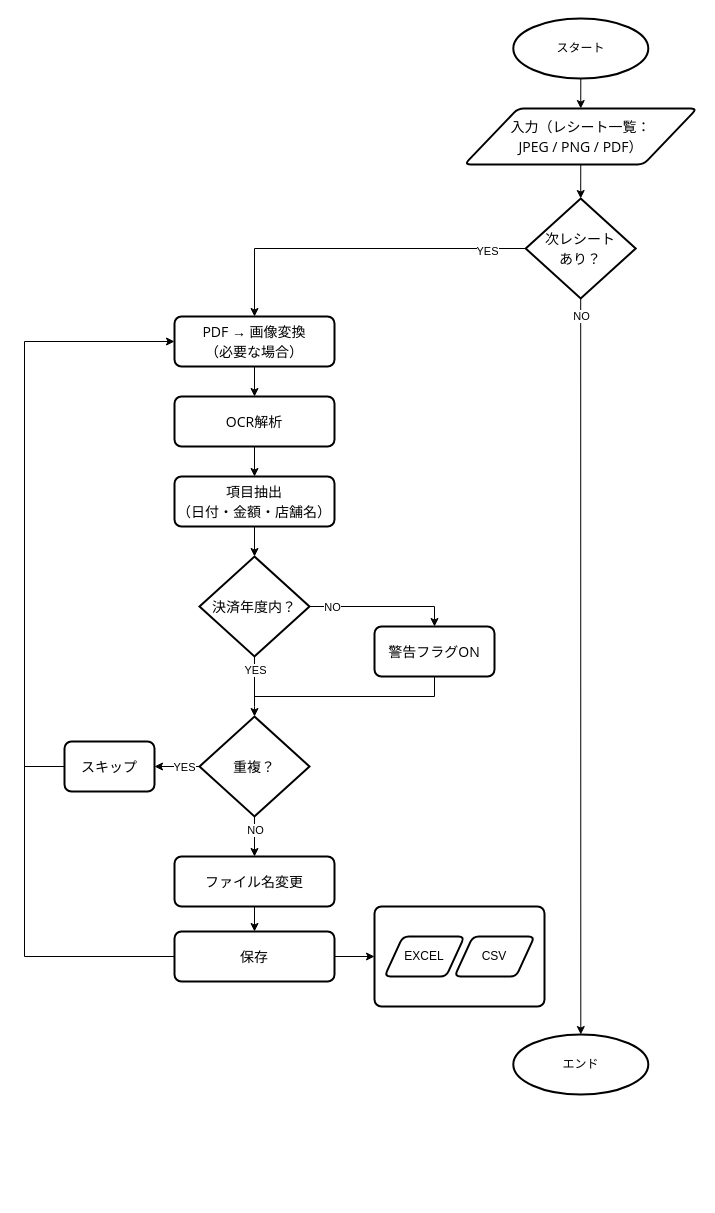
Before: 参照資料/Receipt2Excel.drawio in SageGarrett/reciept2excel, a draw.io diagram. Source tidied: cells renumbered, new cells numbered last; positions are measured from the earlier drawing's top-left corner, leaving out a move shared by most shapes. Both pictures are drawn from the tidied source at 100%, with x=0, y=0 at pixel (24, 18).
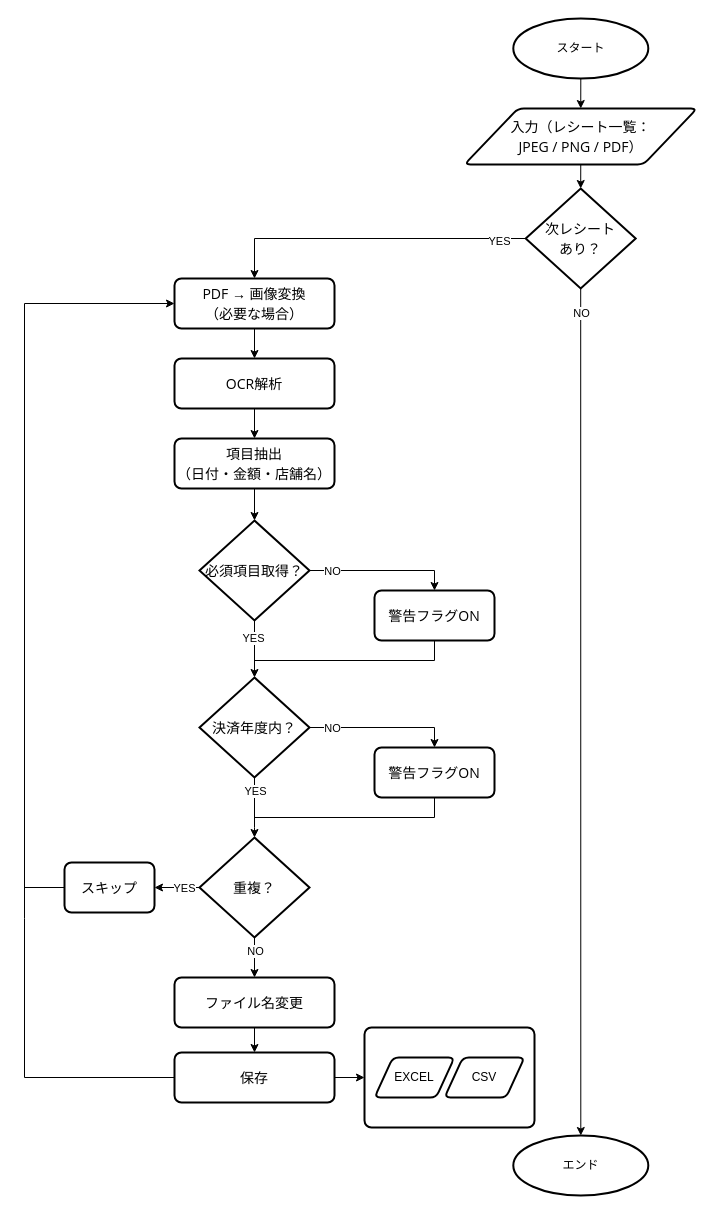
Above is the later version.

Commit message (it also covers changes not shown here):
Add receipt processing function structure

What changed in the source:
```diff
@@
     <mxCell id="4" style="edgeStyle=none;rounded=0;jettySize=auto;html=1;entryX=0.5;entryY=0;entryDx=0;entryDy=0;exitX=0;exitY=0.5;exitDx=0;exitDy=0;exitPerimeter=0;" parent="1" edge="1" source="37" target="7">
       <mxGeometry relative="1" as="geometry">
         <Array as="points">
-          <mxPoint x="230" y="230" />
+          <mxPoint x="230" y="220" />
         </Array>
       </mxGeometry>
     </mxCell>
@@
     <mxCell id="7" value="&lt;div style=&quot;font-family: &amp;quot;Segoe UI&amp;quot;; font-size: 14px; line-height: 20px;&quot;&gt;PDF → 画像変換&lt;/div&gt;&lt;div style=&quot;font-family: &amp;quot;Segoe UI&amp;quot;; font-size: 14px; line-height: 20px;&quot;&gt;（必要な場合）&lt;/div&gt;" style="rounded=1;whiteSpace=wrap;html=1;absoluteArcSize=1;arcSize=14;strokeWidth=2;align=center;" parent="1" vertex="1">
-      <mxGeometry x="150" y="298" width="160" height="50" as="geometry" />
+      <mxGeometry x="150" y="260" width="160" height="50" as="geometry" />
     </mxCell>
@@
     <mxCell id="9" value="&lt;div style=&quot;font-family: &amp;quot;Segoe UI&amp;quot;; font-size: 14px; line-height: 20px;&quot;&gt;&lt;div style=&quot;text-align: start; line-height: 20px;&quot;&gt;OCR解析&lt;/div&gt;&lt;/div&gt;" style="rounded=1;whiteSpace=wrap;html=1;absoluteArcSize=1;arcSize=14;strokeWidth=2;align=center;direction=west;" parent="1" vertex="1">
-      <mxGeometry x="150" y="378" width="160" height="50" as="geometry" />
+      <mxGeometry x="150" y="340" width="160" height="50" as="geometry" />
     </mxCell>
@@
     <mxCell id="11" value="&lt;div style=&quot;font-family: &amp;quot;Segoe UI&amp;quot;; font-size: 14px; line-height: 20px;&quot;&gt;&lt;div style=&quot;line-height: 20px;&quot;&gt;&lt;div style=&quot;line-height: 20px;&quot;&gt;項目抽出&lt;/div&gt;&lt;div style=&quot;line-height: 20px;&quot;&gt;（日付・金額・店舗名）&lt;/div&gt;&lt;/div&gt;&lt;/div&gt;" style="rounded=1;whiteSpace=wrap;html=1;absoluteArcSize=1;arcSize=14;strokeWidth=2;align=center;direction=west;" parent="1" vertex="1">
-      <mxGeometry x="150" y="458" width="160" height="50" as="geometry" />
+      <mxGeometry x="150" y="420" width="160" height="50" as="geometry" />
     </mxCell>
     <mxCell id="12" style="edgeStyle=none;rounded=0;jettySize=auto;html=1;exitX=1;exitY=0.5;exitDx=0;exitDy=0;exitPerimeter=0;entryX=0.5;entryY=1;entryDx=0;entryDy=0;" parent="1" edge="1" source="16" target="19">
       <mxGeometry relative="1" as="geometry">
         <Array as="points">
-          <mxPoint x="410" y="588" />
+          <mxPoint x="410" y="709" />
         </Array>
       </mxGeometry>
     </mxCell>
@@
     <mxCell id="14" style="edgeStyle=none;rounded=0;jettySize=auto;html=1;exitX=0.5;exitY=1;exitDx=0;exitDy=0;exitPerimeter=0;entryX=0.5;entryY=0;entryDx=0;entryDy=0;entryPerimeter=0;" parent="1" edge="1" source="16" target="22">
       <mxGeometry relative="1" as="geometry">
         <Array as="points">
-          <mxPoint x="230" y="688" />
+          <mxPoint x="230" y="809" />
         </Array>
       </mxGeometry>
     </mxCell>
@@
     <mxCell id="16" value="&lt;div style=&quot;text-align: start; font-family: &amp;quot;Segoe UI&amp;quot;; font-size: 14px; line-height: 20px;&quot;&gt;決済年度内？&lt;/div&gt;" style="strokeWidth=2;html=1;shape=mxgraph.flowchart.decision;whiteSpace=wrap;" parent="1" vertex="1">
-      <mxGeometry x="175" y="538" width="110" height="100" as="geometry" />
+      <mxGeometry x="175" y="659" width="110" height="100" as="geometry" />
     </mxCell>
-    <mxCell id="17" style="edgeStyle=none;rounded=0;jettySize=auto;html=1;exitX=0.5;exitY=0;exitDx=0;exitDy=0;entryX=0.5;entryY=0;entryDx=0;entryDy=0;entryPerimeter=0;" parent="1" edge="1" source="11" target="16">
-      <mxGeometry relative="1" as="geometry" />
-    </mxCell>
     <mxCell id="18" style="edgeStyle=none;rounded=0;jettySize=auto;html=1;exitX=0.5;exitY=0;exitDx=0;exitDy=0;startArrow=none;startFill=0;endArrow=none;endFill=0;" parent="1" edge="1" source="19">
       <mxGeometry relative="1" as="geometry">
-        <mxPoint x="230" y="678" as="targetPoint" />
+        <mxPoint x="230" y="799" as="targetPoint" />
         <Array as="points">
-          <mxPoint x="410" y="678" />
+          <mxPoint x="410" y="799" />
         </Array>
       </mxGeometry>
     </mxCell>
     <mxCell id="19" value="&lt;div style=&quot;font-family: &amp;quot;Segoe UI&amp;quot;; font-size: 14px; line-height: 20px;&quot;&gt;&lt;div style=&quot;line-height: 20px;&quot;&gt;&lt;div style=&quot;line-height: 20px;&quot;&gt;警告フラグON&lt;/div&gt;&lt;/div&gt;&lt;/div&gt;" style="rounded=1;whiteSpace=wrap;html=1;absoluteArcSize=1;arcSize=14;strokeWidth=2;align=center;direction=west;" parent="1" vertex="1">
-      <mxGeometry x="350" y="608" width="120" height="50" as="geometry" />
+      <mxGeometry x="350" y="729" width="120" height="50" as="geometry" />
     </mxCell>
@@
     <mxCell id="22" value="&lt;div style=&quot;text-align: start; font-family: &amp;quot;Segoe UI&amp;quot;; font-size: 14px; line-height: 20px;&quot;&gt;&lt;div style=&quot;line-height: 20px;&quot;&gt;重複？&lt;/div&gt;&lt;/div&gt;" style="strokeWidth=2;html=1;shape=mxgraph.flowchart.decision;whiteSpace=wrap;" parent="1" vertex="1">
-      <mxGeometry x="175" y="698" width="110" height="100" as="geometry" />
+      <mxGeometry x="175" y="819" width="110" height="100" as="geometry" />
     </mxCell>
@@
     <mxCell id="25" style="edgeStyle=none;rounded=0;jettySize=auto;html=1;exitX=0.5;exitY=0;exitDx=0;exitDy=0;entryX=0.5;entryY=1;entryDx=0;entryDy=0;" parent="1" edge="1" target="29">
       <mxGeometry relative="1" as="geometry">
-        <mxPoint x="230" y="878" as="sourcePoint" />
+        <mxPoint x="230" y="999" as="sourcePoint" />
       </mxGeometry>
     </mxCell>
     <mxCell id="26" value="&lt;div style=&quot;font-family: &amp;quot;Segoe UI&amp;quot;; font-size: 14px; line-height: 20px;&quot;&gt;&lt;div style=&quot;line-height: 20px;&quot;&gt;&lt;div style=&quot;line-height: 20px;&quot;&gt;&lt;div style=&quot;text-align: start; line-height: 20px;&quot;&gt;ファイル名変更&lt;/div&gt;&lt;/div&gt;&lt;/div&gt;&lt;/div&gt;" style="rounded=1;whiteSpace=wrap;html=1;absoluteArcSize=1;arcSize=14;strokeWidth=2;align=center;direction=west;" parent="1" vertex="1">
-      <mxGeometry x="150" y="838" width="160" height="50" as="geometry" />
+      <mxGeometry x="150" y="959" width="160" height="50" as="geometry" />
     </mxCell>
@@
     <mxCell id="28" style="edgeStyle=none;rounded=0;jettySize=auto;html=1;exitX=1;exitY=0.5;exitDx=0;exitDy=0;entryX=0;entryY=0.5;entryDx=0;entryDy=0;" parent="1" edge="1" source="29" target="7">
       <mxGeometry relative="1" as="geometry">
         <Array as="points">
-          <mxPoint y="938" />
-          <mxPoint y="323" />
+          <mxPoint y="1059" />
+          <mxPoint y="900" />
+          <mxPoint y="285" />
         </Array>
       </mxGeometry>
     </mxCell>
     <mxCell id="29" value="&lt;div style=&quot;font-family: &amp;quot;Segoe UI&amp;quot;; font-size: 14px; line-height: 20px;&quot;&gt;&lt;div style=&quot;line-height: 20px;&quot;&gt;&lt;div style=&quot;line-height: 20px;&quot;&gt;&lt;div style=&quot;text-align: start; line-height: 20px;&quot;&gt;保存&lt;/div&gt;&lt;/div&gt;&lt;/div&gt;&lt;/div&gt;" style="rounded=1;whiteSpace=wrap;html=1;absoluteArcSize=1;arcSize=14;strokeWidth=2;align=center;direction=west;" parent="1" vertex="1">
-      <mxGeometry x="150" y="913" width="160" height="50" as="geometry" />
+      <mxGeometry x="150" y="1034" width="160" height="50" as="geometry" />
     </mxCell>
     <mxCell id="30" style="group;" parent="1" vertex="1">
-      <mxGeometry x="350" y="888" width="170" height="100" as="geometry" />
+      <mxGeometry x="340" y="1009" width="170" height="100" as="geometry" />
     </mxCell>
@@
     <mxCell id="34" value="エンド" style="strokeWidth=2;html=1;shape=mxgraph.flowchart.start_1;whiteSpace=wrap;" parent="1" vertex="1">
-      <mxGeometry x="488.8" y="1016" width="135" height="60" as="geometry" />
+      <mxGeometry x="488.8" y="1117" width="135" height="60" as="geometry" />
     </mxCell>
@@
     <mxCell id="37" value="&lt;div style=&quot;font-family: &amp;quot;Segoe UI&amp;quot;; font-size: 14px; line-height: 20px;&quot;&gt;&lt;div style=&quot;line-height: 20px;&quot;&gt;次レシート&lt;/div&gt;&lt;div style=&quot;line-height: 20px;&quot;&gt;あり？&lt;/div&gt;&lt;/div&gt;" style="strokeWidth=2;html=1;shape=mxgraph.flowchart.decision;whiteSpace=wrap;align=center;" parent="1" vertex="1">
-      <mxGeometry x="501.2" y="180" width="110" height="100" as="geometry" />
+      <mxGeometry x="501.2" y="170" width="110" height="100" as="geometry" />
     </mxCell>
@@
     <mxCell id="39" style="edgeStyle=none;rounded=0;jettySize=auto;html=1;exitX=1;exitY=0.5;exitDx=0;exitDy=0;endArrow=none;endFill=0;" parent="1" edge="1" source="40">
       <mxGeometry relative="1" as="geometry">
-        <mxPoint y="748" as="targetPoint" />
+        <mxPoint y="869" as="targetPoint" />
       </mxGeometry>
     </mxCell>
     <mxCell id="40" value="&lt;div style=&quot;font-family: &amp;quot;Segoe UI&amp;quot;; font-size: 14px; line-height: 20px;&quot;&gt;&lt;div style=&quot;line-height: 20px;&quot;&gt;&lt;div style=&quot;line-height: 20px;&quot;&gt;スキップ&lt;/div&gt;&lt;/div&gt;&lt;/div&gt;" style="rounded=1;whiteSpace=wrap;html=1;absoluteArcSize=1;arcSize=14;strokeWidth=2;align=center;direction=west;" parent="1" vertex="1">
-      <mxGeometry x="40" y="723" width="90" height="50" as="geometry" />
+      <mxGeometry x="40" y="844" width="90" height="50" as="geometry" />
     </mxCell>
@@
+    <mxCell id="42" style="edgeStyle=orthogonalEdgeStyle;rounded=0;jettySize=auto;html=1;exitX=0.5;exitY=1;exitDx=0;exitDy=0;exitPerimeter=0;" parent="1" edge="1" source="44" target="16">
+      <mxGeometry relative="1" as="geometry" />
+    </mxCell>
+    <mxCell id="43" value="YES" style="edgeLabel;html=1;align=center;verticalAlign=middle;" parent="42" vertex="1">
+      <mxGeometry x="-0.4" y="-2" relative="1" as="geometry" />
+    </mxCell>
+    <mxCell id="44" value="&lt;div style=&quot;font-family: &amp;quot;Segoe UI&amp;quot;; font-size: 14px; line-height: 20px;&quot;&gt;&lt;div style=&quot;line-height: 20px;&quot;&gt;必須項目取得？&lt;/div&gt;&lt;/div&gt;" style="strokeWidth=2;html=1;shape=mxgraph.flowchart.decision;whiteSpace=wrap;align=center;" parent="1" vertex="1">
+      <mxGeometry x="175" y="502" width="110" height="100" as="geometry" />
+    </mxCell>
+    <mxCell id="45" style="edgeStyle=orthogonalEdgeStyle;rounded=0;jettySize=auto;html=1;exitX=0.5;exitY=0;exitDx=0;exitDy=0;entryX=0.5;entryY=0;entryDx=0;entryDy=0;entryPerimeter=0;" parent="1" edge="1" source="11" target="44">
+      <mxGeometry relative="1" as="geometry" />
+    </mxCell>
+    <mxCell id="46" style="edgeStyle=none;rounded=0;jettySize=auto;html=1;exitX=1;exitY=0.5;exitDx=0;exitDy=0;exitPerimeter=0;entryX=0.5;entryY=1;entryDx=0;entryDy=0;" parent="1" edge="1" source="44" target="49">
+      <mxGeometry relative="1" as="geometry">
+        <Array as="points">
+          <mxPoint x="410" y="552" />
+        </Array>
+      </mxGeometry>
+    </mxCell>
+    <mxCell id="47" value="NO" style="edgeLabel;html=1;align=center;verticalAlign=middle;" parent="46" vertex="1">
+      <mxGeometry x="-0.69" relative="1" as="geometry" />
+    </mxCell>
+    <mxCell id="48" style="edgeStyle=none;rounded=0;jettySize=auto;html=1;exitX=0.5;exitY=0;exitDx=0;exitDy=0;startArrow=none;startFill=0;endArrow=none;endFill=0;" parent="1" edge="1" source="49">
+      <mxGeometry relative="1" as="geometry">
+        <mxPoint x="230" y="642" as="targetPoint" />
+        <Array as="points">
+          <mxPoint x="410" y="642" />
+        </Array>
+      </mxGeometry>
+    </mxCell>
+    <mxCell id="49" value="&lt;div style=&quot;font-family: &amp;quot;Segoe UI&amp;quot;; font-size: 14px; line-height: 20px;&quot;&gt;&lt;div style=&quot;line-height: 20px;&quot;&gt;&lt;div style=&quot;line-height: 20px;&quot;&gt;警告フラグON&lt;/div&gt;&lt;/div&gt;&lt;/div&gt;" style="rounded=1;whiteSpace=wrap;html=1;absoluteArcSize=1;arcSize=14;strokeWidth=2;align=center;direction=west;" parent="1" vertex="1">
+      <mxGeometry x="350" y="572" width="120" height="50" as="geometry" />
+    </mxCell>
```
